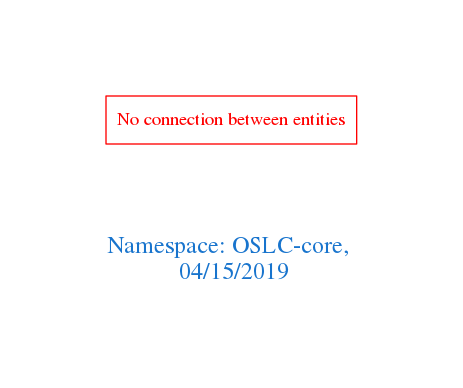
Above: downloads/OSLC-core.png in arago/OGIT (Graphviz), before the change. Its source is kept beside it as downloads/OSLC-core.dot.
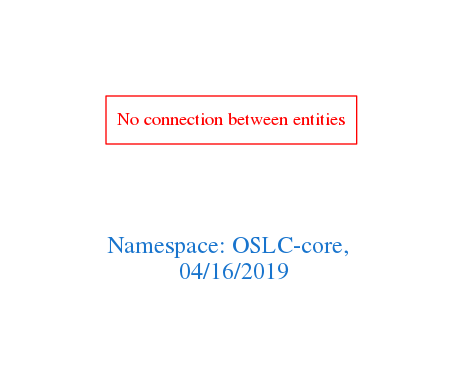
After the change.

What changed in the source:
```diff
@@ -1,7 +1,7 @@
 digraph OGIT_ontology {
  graph [ rankdir= LR,pad=1
 fontsize = 18,
-fontcolor= dodgerblue3,label = "\n\n\nNamespace: OSLC-core, \n 04/15/2019"];
+fontcolor= dodgerblue3,label = "\n\n\nNamespace: OSLC-core, \n 04/16/2019"];
 node[shape=polygon];
 edge [  color="gray81"];
 
```
